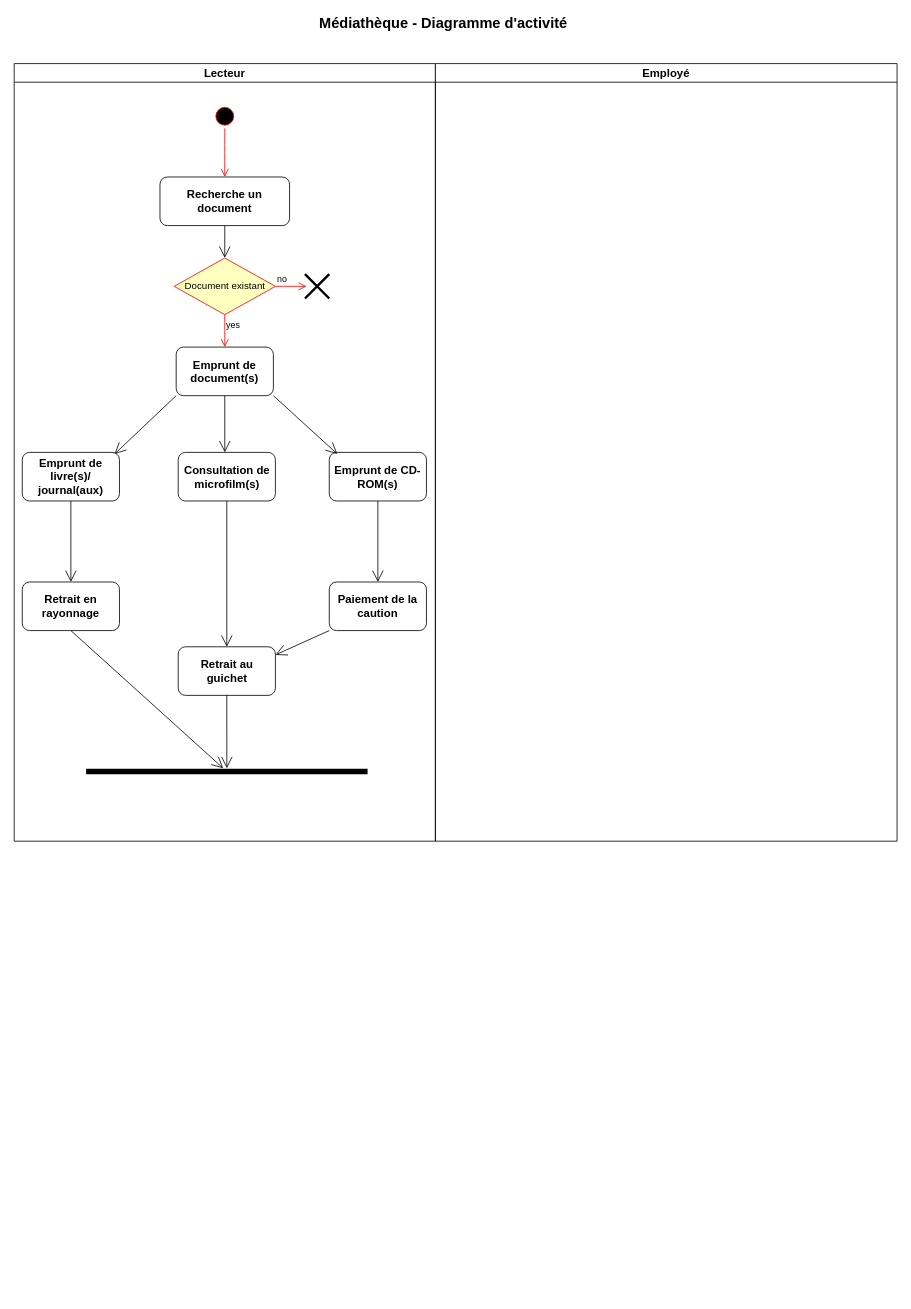
Earlier version of the draw.io diagram Développer des composants d'interface/Maquetter une application/UML Partie 1/Phase 4 - Diagramme d'activité/diagramme_d_activite.drawio (BaltoClem/Travaux_CDA). Source tidied: cells renumbered, new cells numbered last; positions are measured from the earlier drawing's top-left corner, leaving out a move shared by most shapes. Both pictures are drawn from the tidied source at 81%, with x=0, y=0 at pixel (14, 15).
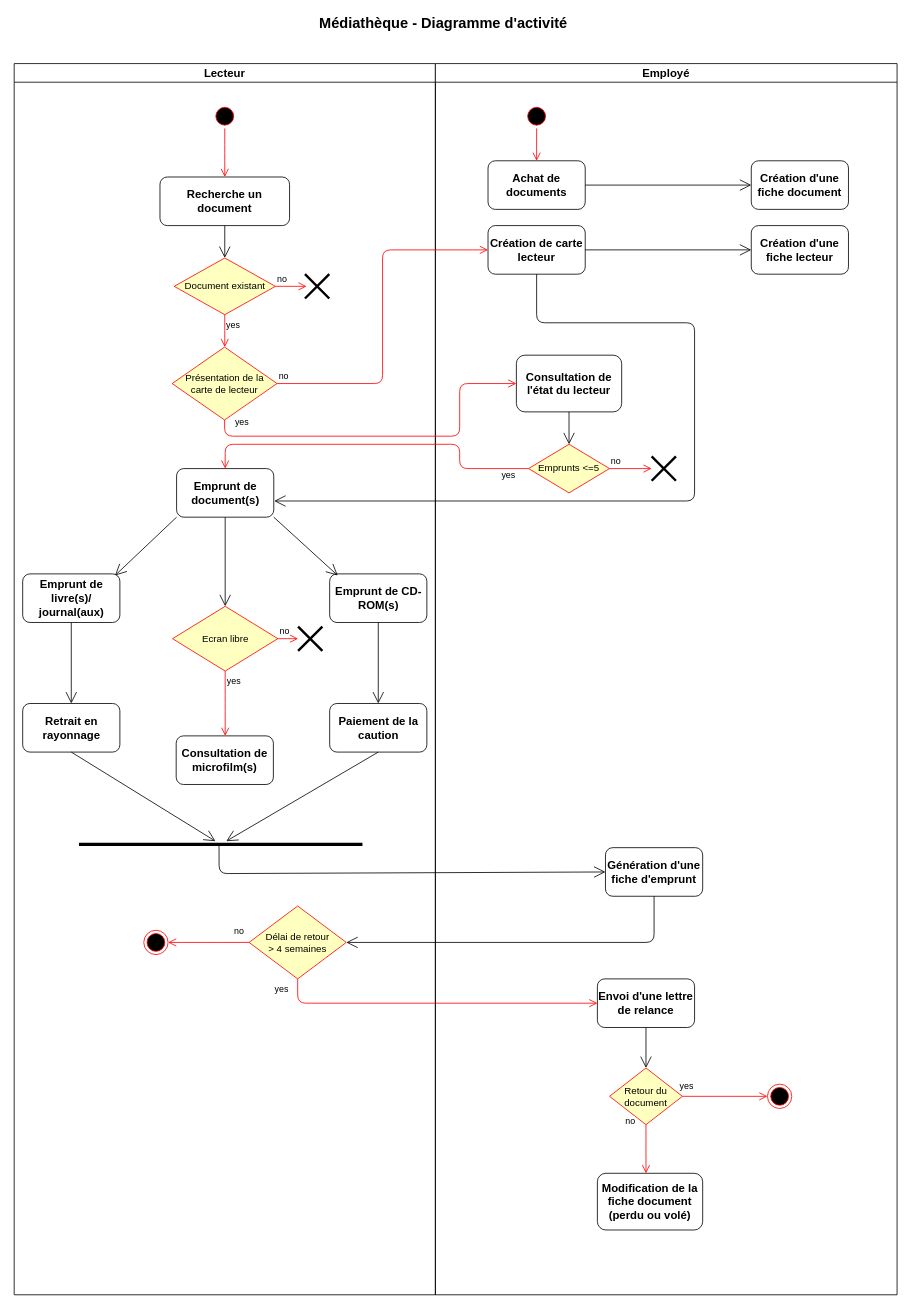
Above is the later version.

Commit message:
diagramme d'activité ok

Change to the diagram source:
```diff
@@
     <mxCell id="3" value="Lecteur" style="swimlane;strokeColor=#000000;strokeWidth=1;fontSize=14;" parent="1" vertex="1">
-      <mxGeometry y="60" width="520" height="960" as="geometry" />
+      <mxGeometry y="60" width="520" height="1520" as="geometry" />
     </mxCell>
@@
     <mxCell id="11" value="&lt;font style=&quot;font-size: 14px&quot;&gt;&lt;b&gt;Emprunt de document(s)&lt;/b&gt;&lt;/font&gt;" style="rounded=1;whiteSpace=wrap;html=1;" parent="3" vertex="1">
-      <mxGeometry x="200" y="350" width="120" height="60" as="geometry" />
+      <mxGeometry x="200.5" y="500" width="120" height="60" as="geometry" />
     </mxCell>
     <mxCell id="12" value="&lt;font style=&quot;font-size: 14px&quot;&gt;&lt;b&gt;Emprunt de livre(s)/ journal(aux)&lt;/b&gt;&lt;/font&gt;" style="rounded=1;whiteSpace=wrap;html=1;" parent="3" vertex="1">
-      <mxGeometry x="10" y="480" width="120" height="60" as="geometry" />
+      <mxGeometry x="10.5" y="630" width="120" height="60" as="geometry" />
     </mxCell>
     <mxCell id="13" value="&lt;font style=&quot;font-size: 14px&quot;&gt;&lt;b&gt;Consultation de microfilm(s)&lt;/b&gt;&lt;/font&gt;" style="rounded=1;whiteSpace=wrap;html=1;" parent="3" vertex="1">
-      <mxGeometry x="202.5" y="480" width="120" height="60" as="geometry" />
+      <mxGeometry x="200" y="830" width="120" height="60" as="geometry" />
     </mxCell>
     <mxCell id="14" value="&lt;font style=&quot;font-size: 14px&quot;&gt;&lt;b&gt;Emprunt de CD-ROM(s)&lt;/b&gt;&lt;/font&gt;" style="rounded=1;whiteSpace=wrap;html=1;" parent="3" vertex="1">
-      <mxGeometry x="389" y="480" width="120" height="60" as="geometry" />
+      <mxGeometry x="389.5" y="630" width="120" height="60" as="geometry" />
     </mxCell>
     <mxCell id="15" value="&lt;font style=&quot;font-size: 14px&quot;&gt;&lt;b&gt;Retrait en rayonnage&lt;/b&gt;&lt;/font&gt;" style="rounded=1;whiteSpace=wrap;html=1;" parent="3" vertex="1">
-      <mxGeometry x="10" y="640" width="120" height="60" as="geometry" />
+      <mxGeometry x="10.5" y="790" width="120" height="60" as="geometry" />
     </mxCell>
-    <mxCell id="16" value="&lt;font style=&quot;font-size: 14px&quot;&gt;&lt;b&gt;Retrait au guichet&lt;/b&gt;&lt;/font&gt;" style="rounded=1;whiteSpace=wrap;html=1;" parent="3" vertex="1">
-      <mxGeometry x="202.5" y="720" width="120" height="60" as="geometry" />
-    </mxCell>
-    <mxCell id="17" style="endArrow=open;endFill=1;endSize=12;html=1;exitX=1;exitY=1;exitDx=0;exitDy=0;entryX=0.083;entryY=0.033;entryDx=0;entryDy=0;entryPerimeter=0;" parent="3" edge="1" source="11" target="14">
-      <mxGeometry relative="1" as="geometry" />
+    <mxCell id="17" style="endArrow=open;endFill=1;endSize=12;html=1;exitX=1;exitY=1;exitDx=0;exitDy=0;entryX=0.083;entryY=0.033;entryDx=0;entryDy=0;entryPerimeter=0;" parent="3" edge="1" target="14">
+      <mxGeometry relative="1" as="geometry">
+        <mxPoint x="320.5" y="560" as="sourcePoint" />
+      </mxGeometry>
     </mxCell>
-    <mxCell id="18" style="endArrow=open;endFill=1;endSize=12;html=1;exitX=0;exitY=1;exitDx=0;exitDy=0;entryX=0.95;entryY=0.033;entryDx=0;entryDy=0;entryPerimeter=0;" parent="3" edge="1" source="11" target="12">
-      <mxGeometry relative="1" as="geometry" />
+    <mxCell id="18" style="endArrow=open;endFill=1;endSize=12;html=1;exitX=0;exitY=1;exitDx=0;exitDy=0;entryX=0.95;entryY=0.033;entryDx=0;entryDy=0;entryPerimeter=0;" parent="3" edge="1" target="12">
+      <mxGeometry relative="1" as="geometry">
+        <mxPoint x="200.5" y="560" as="sourcePoint" />
+      </mxGeometry>
     </mxCell>
     <mxCell id="19" value="&lt;font style=&quot;font-size: 14px&quot;&gt;&lt;b&gt;Paiement de la caution&lt;/b&gt;&lt;/font&gt;" style="rounded=1;whiteSpace=wrap;html=1;" parent="3" vertex="1">
-      <mxGeometry x="389" y="640" width="120" height="60" as="geometry" />
+      <mxGeometry x="389.5" y="790" width="120" height="60" as="geometry" />
     </mxCell>
@@
-    <mxCell id="21" style="line;strokeWidth=7;fillColor=none;align=left;verticalAlign=middle;spacingTop=-1;spacingLeft=3;spacingRight=3;labelPosition=right;points=[];portConstraint=eastwest;" parent="3" vertex="1">
-      <mxGeometry x="88.8" y="870" width="347.5" height="8" as="geometry" />
-    </mxCell>
-    <mxCell id="22" style="endArrow=open;endFill=1;endSize=12;html=1;exitX=0.5;exitY=1;exitDx=0;exitDy=0;entryX=0.5;entryY=0;entryDx=0;entryDy=0;" parent="3" edge="1" source="13" target="16">
-      <mxGeometry relative="1" as="geometry" />
-    </mxCell>
-    <mxCell id="23" style="endArrow=open;endFill=1;endSize=12;html=1;exitX=0;exitY=1;exitDx=0;exitDy=0;entryX=1;entryY=0.167;entryDx=0;entryDy=0;entryPerimeter=0;" parent="3" edge="1" source="19" target="16">
-      <mxGeometry relative="1" as="geometry" />
-    </mxCell>
-    <mxCell id="24" style="endArrow=open;endFill=1;endSize=12;html=1;exitX=0.5;exitY=1;exitDx=0;exitDy=0;" parent="3" edge="1" source="15" target="21">
-      <mxGeometry relative="1" as="geometry" />
-    </mxCell>
-    <mxCell id="25" style="endArrow=open;endFill=1;endSize=12;html=1;exitX=0.5;exitY=1;exitDx=0;exitDy=0;" parent="3" edge="1" source="16" target="21">
-      <mxGeometry relative="1" as="geometry" />
-    </mxCell>
+    <mxCell id="30" value="&lt;font style=&quot;font-size: 12px&quot;&gt;Ecran libre&lt;/font&gt;" style="rhombus;whiteSpace=wrap;html=1;fillColor=#ffffc0;strokeColor=#ff0000;" parent="3" vertex="1">
+      <mxGeometry x="195.5" y="670" width="130" height="80" as="geometry" />
+    </mxCell>
+    <mxCell id="31" value="no" style="edgeStyle=orthogonalEdgeStyle;html=1;align=left;verticalAlign=bottom;endArrow=open;endSize=8;strokeColor=#ff0000;" parent="3" edge="1" source="30">
+      <mxGeometry x="-1" relative="1" as="geometry">
+        <mxPoint x="350.5" y="710" as="targetPoint" />
+      </mxGeometry>
+    </mxCell>
+    <mxCell id="32" value="yes" style="edgeStyle=orthogonalEdgeStyle;html=1;align=left;verticalAlign=top;endArrow=open;endSize=8;strokeColor=#ff0000;entryX=0.5;entryY=0;entryDx=0;entryDy=0;" parent="3" edge="1" source="30">
+      <mxGeometry x="-1" relative="1" as="geometry">
+        <mxPoint x="260.5" y="830" as="targetPoint" />
+      </mxGeometry>
+    </mxCell>
+    <mxCell id="33" style="endArrow=open;endFill=1;endSize=12;html=1;exitX=0.5;exitY=1;exitDx=0;exitDy=0;entryX=0.5;entryY=0;entryDx=0;entryDy=0;" parent="3" edge="1" target="30">
+      <mxGeometry relative="1" as="geometry">
+        <mxPoint x="260.5" y="560" as="sourcePoint" />
+      </mxGeometry>
+    </mxCell>
+    <mxCell id="34" style="shape=umlDestroy;whiteSpace=wrap;html=1;strokeWidth=3;" parent="3" vertex="1">
+      <mxGeometry x="350.5" y="695" width="30" height="30" as="geometry" />
+    </mxCell>
+    <mxCell id="35" value="&lt;font style=&quot;font-size: 12px&quot;&gt;Présentation de la&lt;br&gt;carte de lecteur&lt;/font&gt;" style="rhombus;whiteSpace=wrap;html=1;fillColor=#ffffc0;strokeColor=#ff0000;" parent="3" vertex="1">
+      <mxGeometry x="195" y="350" width="129.5" height="90" as="geometry" />
+    </mxCell>
+    <mxCell id="36" style="line;strokeWidth=4;fillColor=none;align=left;verticalAlign=middle;spacingTop=-1;spacingLeft=3;spacingRight=3;labelPosition=right;points=[];portConstraint=eastwest;" parent="3" vertex="1">
+      <mxGeometry x="80" y="960" width="350" height="8" as="geometry" />
+    </mxCell>
+    <mxCell id="37" style="endArrow=open;endFill=1;endSize=12;html=1;exitX=0.5;exitY=1;exitDx=0;exitDy=0;" parent="3" edge="1" source="15" target="36">
+      <mxGeometry relative="1" as="geometry" />
+    </mxCell>
+    <mxCell id="38" style="endArrow=open;endFill=1;endSize=12;html=1;exitX=0.5;exitY=1;exitDx=0;exitDy=0;" parent="3" edge="1" source="19" target="36">
+      <mxGeometry relative="1" as="geometry" />
+    </mxCell>
+    <mxCell id="39" value="Délai de retour &lt;br&gt;&amp;gt; 4 semaines" style="rhombus;whiteSpace=wrap;html=1;fillColor=#ffffc0;strokeColor=#ff0000;" parent="3" vertex="1">
+      <mxGeometry x="290" y="1040" width="120" height="90" as="geometry" />
+    </mxCell>
+    <mxCell id="40" value="no" style="edgeStyle=orthogonalEdgeStyle;html=1;align=left;verticalAlign=bottom;endArrow=open;endSize=8;strokeColor=#ff0000;exitX=0.5;exitY=1;exitDx=0;exitDy=0;" parent="3" edge="1" source="39">
+      <mxGeometry x="-1" y="-94" relative="1" as="geometry">
+        <mxPoint x="720" y="1160" as="targetPoint" />
+        <Array as="points">
+          <mxPoint x="350" y="1160" />
+          <mxPoint x="720" y="1160" />
+        </Array>
+        <mxPoint x="14" y="-50" as="offset" />
+      </mxGeometry>
+    </mxCell>
+    <mxCell id="41" value="yes" style="edgeStyle=orthogonalEdgeStyle;html=1;align=left;verticalAlign=top;endArrow=open;endSize=8;strokeColor=#ff0000;exitX=0;exitY=0.5;exitDx=0;exitDy=0;" parent="3" edge="1" source="39">
+      <mxGeometry x="-1" y="54" relative="1" as="geometry">
+        <mxPoint x="190" y="1085" as="targetPoint" />
+        <mxPoint x="30" y="-9" as="offset" />
+      </mxGeometry>
+    </mxCell>
+    <mxCell id="42" style="ellipse;html=1;shape=endState;fillColor=#000000;strokeColor=#ff0000;" parent="3" vertex="1">
+      <mxGeometry x="160" y="1070" width="30" height="30" as="geometry" />
+    </mxCell>
     <mxCell id="26" value="Employé" style="swimlane;strokeColor=#000000;strokeWidth=1;fontSize=14;" parent="1" vertex="1">
-      <mxGeometry x="520" y="60" width="570" height="960" as="geometry" />
+      <mxGeometry x="520" y="60" width="570" height="1520" as="geometry" />
     </mxCell>
+    <mxCell id="43" value="&lt;b&gt;&lt;font style=&quot;font-size: 14px&quot;&gt;Création de carte lecteur&lt;/font&gt;&lt;/b&gt;" style="rounded=1;whiteSpace=wrap;html=1;" parent="26" vertex="1">
+      <mxGeometry x="65" y="200" width="120" height="60" as="geometry" />
+    </mxCell>
+    <mxCell id="44" value="&lt;font style=&quot;font-size: 14px&quot;&gt;&lt;b&gt;Génération d'une fiche d'emprunt&lt;/b&gt;&lt;/font&gt;" style="rounded=1;whiteSpace=wrap;html=1;strokeWidth=1;" parent="26" vertex="1">
+      <mxGeometry x="210" y="968" width="120" height="60" as="geometry" />
+    </mxCell>
+    <mxCell id="45" style="ellipse;html=1;shape=startState;fillColor=#000000;strokeColor=#ff0000;" parent="26" vertex="1">
+      <mxGeometry x="110" y="50" width="30" height="30" as="geometry" />
+    </mxCell>
+    <mxCell id="46" style="edgeStyle=orthogonalEdgeStyle;html=1;verticalAlign=bottom;endArrow=open;endSize=8;strokeColor=#ff0000;entryX=0.5;entryY=0;entryDx=0;entryDy=0;" parent="26" edge="1" source="45" target="47">
+      <mxGeometry relative="1" as="geometry" />
+    </mxCell>
+    <mxCell id="47" value="&lt;font style=&quot;font-size: 14px&quot;&gt;&lt;b&gt;Achat de documents&lt;/b&gt;&lt;/font&gt;" style="rounded=1;whiteSpace=wrap;html=1;strokeWidth=1;" parent="26" vertex="1">
+      <mxGeometry x="65" y="120" width="120" height="60" as="geometry" />
+    </mxCell>
+    <mxCell id="48" value="&lt;font style=&quot;font-size: 14px&quot;&gt;&lt;b&gt;Création d'une fiche document&lt;/b&gt;&lt;/font&gt;" style="rounded=1;whiteSpace=wrap;html=1;" parent="26" vertex="1">
+      <mxGeometry x="390" y="120" width="120" height="60" as="geometry" />
+    </mxCell>
+    <mxCell id="49" style="endArrow=open;endFill=1;endSize=12;html=1;exitX=1;exitY=0.5;exitDx=0;exitDy=0;" parent="26" edge="1" source="47" target="48">
+      <mxGeometry relative="1" as="geometry" />
+    </mxCell>
+    <mxCell id="50" value="&lt;font style=&quot;font-size: 14px&quot;&gt;&lt;b&gt;Création d'une fiche lecteur&lt;/b&gt;&lt;/font&gt;" style="rounded=1;whiteSpace=wrap;html=1;strokeWidth=1;" parent="26" vertex="1">
+      <mxGeometry x="390" y="200" width="120" height="60" as="geometry" />
+    </mxCell>
+    <mxCell id="51" style="endArrow=open;endFill=1;endSize=12;html=1;exitX=1;exitY=0.5;exitDx=0;exitDy=0;entryX=0;entryY=0.5;entryDx=0;entryDy=0;" parent="26" edge="1" source="43" target="50">
+      <mxGeometry relative="1" as="geometry" />
+    </mxCell>
+    <mxCell id="52" value="&lt;font style=&quot;font-size: 14px&quot;&gt;&lt;b&gt;Consultation de l'état du lecteur&lt;/b&gt;&lt;/font&gt;" style="rounded=1;whiteSpace=wrap;html=1;strokeWidth=1;" parent="26" vertex="1">
+      <mxGeometry x="100" y="360" width="130" height="70" as="geometry" />
+    </mxCell>
+    <mxCell id="53" value="Emprunts &amp;lt;=5" style="rhombus;whiteSpace=wrap;html=1;fillColor=#ffffc0;strokeColor=#ff0000;" parent="26" vertex="1">
+      <mxGeometry x="115" y="470" width="100" height="60" as="geometry" />
+    </mxCell>
+    <mxCell id="54" style="endArrow=open;endFill=1;endSize=12;html=1;exitX=0.5;exitY=1;exitDx=0;exitDy=0;entryX=0.5;entryY=0;entryDx=0;entryDy=0;" parent="26" edge="1" source="52" target="53">
+      <mxGeometry relative="1" as="geometry" />
+    </mxCell>
+    <mxCell id="55" style="shape=umlDestroy;whiteSpace=wrap;html=1;strokeWidth=3;" parent="26" vertex="1">
+      <mxGeometry x="267" y="485" width="30" height="30" as="geometry" />
+    </mxCell>
+    <mxCell id="56" value="no" style="edgeStyle=orthogonalEdgeStyle;html=1;align=left;verticalAlign=bottom;endArrow=open;endSize=8;strokeColor=#ff0000;" parent="26" edge="1" source="53" target="55">
+      <mxGeometry x="-1" relative="1" as="geometry" />
+    </mxCell>
+    <mxCell id="57" value="&lt;font style=&quot;font-size: 14px&quot;&gt;&lt;b&gt;Envoi d'une lettre de relance&lt;/b&gt;&lt;/font&gt;" style="rounded=1;whiteSpace=wrap;html=1;strokeWidth=1;" parent="26" vertex="1">
+      <mxGeometry x="200" y="1130" width="120" height="60" as="geometry" />
+    </mxCell>
+    <mxCell id="58" value="Retour du document" style="rhombus;whiteSpace=wrap;html=1;fillColor=#ffffc0;strokeColor=#ff0000;" parent="26" vertex="1">
+      <mxGeometry x="215" y="1240" width="90" height="70" as="geometry" />
+    </mxCell>
+    <mxCell id="59" value="no" style="edgeStyle=orthogonalEdgeStyle;html=1;align=left;verticalAlign=bottom;endArrow=open;endSize=8;strokeColor=#ff0000;" parent="26" edge="1" source="58">
+      <mxGeometry x="0.05" y="-134" relative="1" as="geometry">
+        <mxPoint x="410" y="1275" as="targetPoint" />
+        <mxPoint x="-128" y="-94" as="offset" />
+      </mxGeometry>
+    </mxCell>
+    <mxCell id="60" value="yes" style="edgeStyle=orthogonalEdgeStyle;html=1;align=left;verticalAlign=top;endArrow=open;endSize=8;strokeColor=#ff0000;" parent="26" edge="1" source="58">
+      <mxGeometry x="-1" y="72" relative="1" as="geometry">
+        <mxPoint x="260" y="1370" as="targetPoint" />
+        <mxPoint x="-32" y="-60" as="offset" />
+      </mxGeometry>
+    </mxCell>
+    <mxCell id="61" style="endArrow=open;endFill=1;endSize=12;html=1;exitX=0.5;exitY=1;exitDx=0;exitDy=0;" parent="26" edge="1" source="57" target="58">
+      <mxGeometry relative="1" as="geometry" />
+    </mxCell>
+    <mxCell id="62" style="ellipse;html=1;shape=endState;fillColor=#000000;strokeColor=#ff0000;" parent="26" vertex="1">
+      <mxGeometry x="410" y="1260" width="30" height="30" as="geometry" />
+    </mxCell>
+    <mxCell id="63" value="&lt;font style=&quot;font-size: 14px&quot;&gt;&lt;b&gt;Modification de la fiche document (perdu ou volé)&lt;/b&gt;&lt;/font&gt;" style="rounded=1;whiteSpace=wrap;html=1;strokeWidth=1;" parent="26" vertex="1">
+      <mxGeometry x="200" y="1370" width="130" height="70" as="geometry" />
+    </mxCell>
@@
-    <mxCell id="28" style="endArrow=open;endFill=1;endSize=12;html=1;exitX=0.5;exitY=1;exitDx=0;exitDy=0;" parent="1" edge="1" source="11">
-      <mxGeometry relative="1" as="geometry">
-        <mxPoint x="260" y="540" as="targetPoint" />
-      </mxGeometry>
-    </mxCell>
     <mxCell id="29" style="endArrow=open;endFill=1;endSize=12;html=1;exitX=0.5;exitY=1;exitDx=0;exitDy=0;" parent="1" edge="1" source="12">
       <mxGeometry relative="1" as="geometry">
-        <mxPoint x="70" y="700" as="targetPoint" />
+        <mxPoint x="70.5" y="850" as="targetPoint" />
       </mxGeometry>
     </mxCell>
+    <mxCell id="64" value="no" style="edgeStyle=orthogonalEdgeStyle;html=1;align=left;verticalAlign=bottom;endArrow=open;endSize=8;strokeColor=#ff0000;entryX=0;entryY=0.5;entryDx=0;entryDy=0;" parent="1" edge="1" source="35" target="43">
+      <mxGeometry x="-1" relative="1" as="geometry" />
+    </mxCell>
+    <mxCell id="65" style="endArrow=open;endFill=1;endSize=12;html=1;exitX=0.5;exitY=1;exitDx=0;exitDy=0;" parent="1" edge="1" source="43">
+      <mxGeometry relative="1" as="geometry">
+        <mxPoint x="321" y="600" as="targetPoint" />
+        <Array as="points">
+          <mxPoint x="645" y="380" />
+          <mxPoint x="840" y="380" />
+          <mxPoint x="840" y="600" />
+        </Array>
+      </mxGeometry>
+    </mxCell>
+    <mxCell id="66" style="endArrow=open;endFill=1;endSize=12;html=1;exitX=0.494;exitY=0.625;exitDx=0;exitDy=0;exitPerimeter=0;entryX=0;entryY=0.5;entryDx=0;entryDy=0;" parent="1" edge="1" source="36" target="44">
+      <mxGeometry relative="1" as="geometry">
+        <Array as="points">
+          <mxPoint x="253" y="1060" />
+        </Array>
+      </mxGeometry>
+    </mxCell>
+    <mxCell id="67" value="yes" style="edgeStyle=orthogonalEdgeStyle;html=1;align=left;verticalAlign=top;endArrow=open;endSize=8;strokeColor=#ff0000;entryX=0;entryY=0.5;entryDx=0;entryDy=0;" parent="1" edge="1" source="35" target="52">
+      <mxGeometry x="-0.86" y="30" relative="1" as="geometry">
+        <Array as="points">
+          <mxPoint x="260" y="520" />
+          <mxPoint x="550" y="520" />
+          <mxPoint x="550" y="455" />
+        </Array>
+      </mxGeometry>
+    </mxCell>
+    <mxCell id="68" value="yes" style="edgeStyle=orthogonalEdgeStyle;html=1;align=left;verticalAlign=top;endArrow=open;endSize=8;strokeColor=#ff0000;exitX=0;exitY=0.5;exitDx=0;exitDy=0;entryX=0.5;entryY=0;entryDx=0;entryDy=0;" parent="1" edge="1" source="53" target="11">
+      <mxGeometry x="-0.84" y="-5" relative="1" as="geometry">
+        <Array as="points">
+          <mxPoint x="550" y="560" />
+          <mxPoint x="550" y="530" />
+          <mxPoint x="261" y="530" />
+        </Array>
+      </mxGeometry>
+    </mxCell>
+    <mxCell id="69" style="endArrow=open;endFill=1;endSize=12;html=1;exitX=0.5;exitY=1;exitDx=0;exitDy=0;entryX=1;entryY=0.5;entryDx=0;entryDy=0;" parent="1" edge="1" source="44" target="39">
+      <mxGeometry relative="1" as="geometry">
+        <Array as="points">
+          <mxPoint x="790" y="1145" />
+        </Array>
+      </mxGeometry>
+    </mxCell>
```
